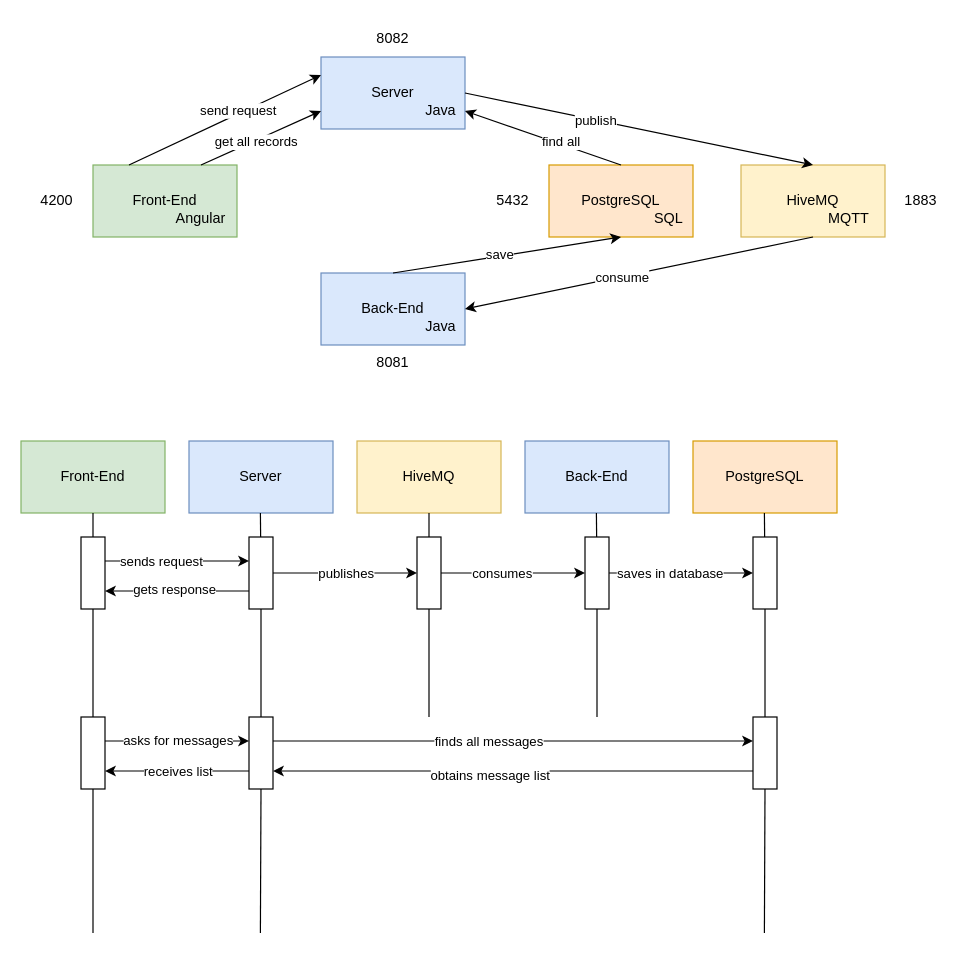
This is diagram.drawio from GhiorgheBianca/software-system, a draw.io file, before an edit. Source tidied: cells renumbered, new cells numbered last; positions are measured from the earlier drawing's top-left corner, leaving out a move shared by most shapes. Both pictures are drawn from the tidied source at 120%, with x=0, y=0 at pixel (20, 20).
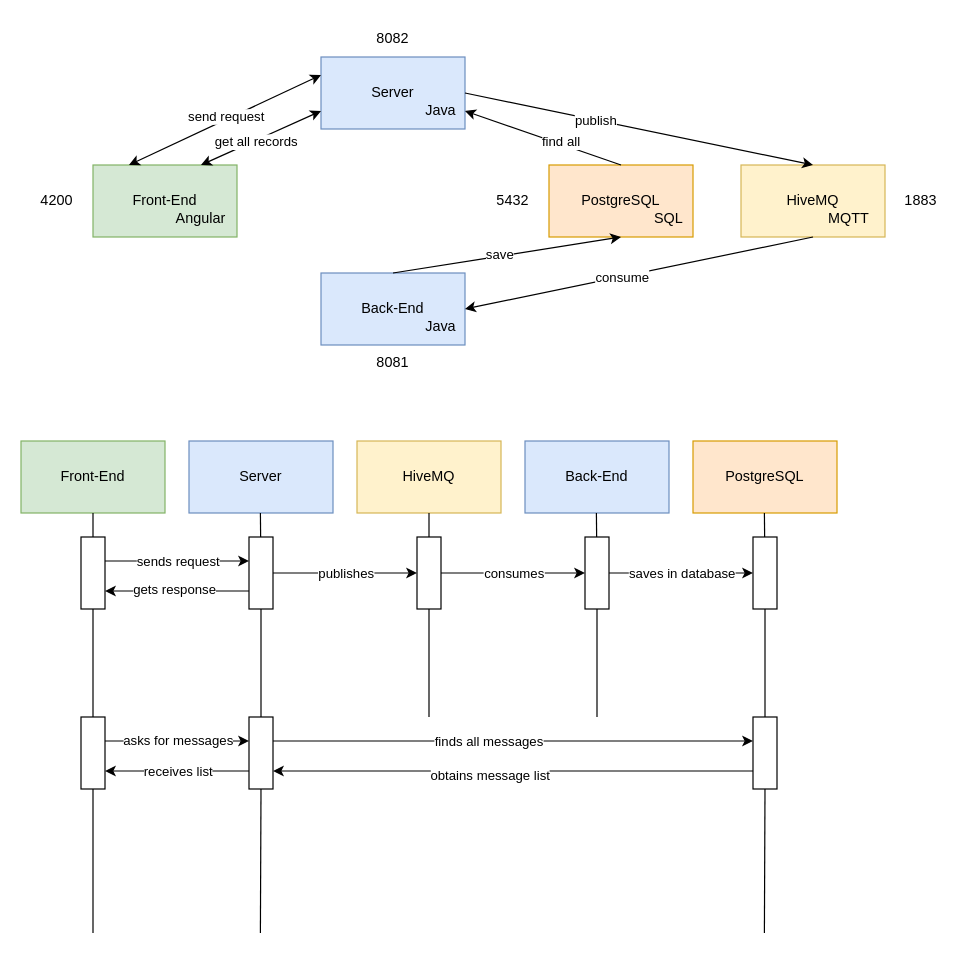
Above is the later version.

The change refers to these unchanged cells:
```xml
<mxCell id="3" style="rounded=0;whiteSpace=wrap;html=1;fillColor=#d5e8d4;strokeColor=#82b366;" parent="1" vertex="1">
  <mxGeometry x="60" y="120" width="120" height="60" as="geometry" />
</mxCell>
<mxCell id="4" style="rounded=0;whiteSpace=wrap;html=1;fillColor=#dae8fc;strokeColor=#6c8ebf;" parent="1" vertex="1">
  <mxGeometry x="250" y="30" width="120" height="60" as="geometry" />
</mxCell>
<mxCell id="58" style="endArrow=classic;html=1;rounded=0;exitX=1;exitY=0.5;exitDx=0;exitDy=0;entryX=0;entryY=0.5;entryDx=0;entryDy=0;" parent="1" edge="1">
  <mxGeometry relative="1" as="geometry">
    <mxPoint x="70" y="450" as="sourcePoint" />
    <mxPoint x="190" y="450" as="targetPoint" />
  </mxGeometry>
</mxCell>
<mxCell id="62" style="endArrow=classic;html=1;rounded=0;exitX=1;exitY=0.5;exitDx=0;exitDy=0;entryX=0;entryY=0.5;entryDx=0;entryDy=0;" parent="1" edge="1" source="53" target="55">
  <mxGeometry relative="1" as="geometry" />
</mxCell>
<mxCell id="64" style="endArrow=classic;html=1;rounded=0;exitX=1;exitY=0.5;exitDx=0;exitDy=0;entryX=0;entryY=0.5;entryDx=0;entryDy=0;" parent="1" edge="1" source="55" target="57">
  <mxGeometry relative="1" as="geometry" />
</mxCell>
```

The edit, as a diff of the source:
```diff
@@
-    <mxCell id="11" style="endArrow=classic;html=1;rounded=0;exitX=0.25;exitY=0;exitDx=0;exitDy=0;entryX=0;entryY=0.25;entryDx=0;entryDy=0;" parent="1" edge="1" source="3" target="4">
+    <mxCell id="11" style="endArrow=classic;html=1;rounded=0;exitX=0.25;exitY=0;exitDx=0;exitDy=0;entryX=0;entryY=0.25;entryDx=0;entryDy=0;startArrow=classic;startFill=1;" parent="1" edge="1" source="3" target="4">
       <mxGeometry relative="1" as="geometry" />
     </mxCell>
     <mxCell id="12" value="send request" style="edgeLabel;html=1;align=center;verticalAlign=middle;" parent="11" vertex="1">
       <mxGeometry x="-0.06" y="-2" relative="1" as="geometry">
-        <mxPoint x="14" y="-12" as="offset" />
+        <mxPoint x="4" y="-7" as="offset" />
       </mxGeometry>
     </mxCell>
-    <mxCell id="13" style="endArrow=classic;html=1;rounded=0;exitX=0.75;exitY=0;exitDx=0;exitDy=0;entryX=0;entryY=0.75;entryDx=0;entryDy=0;" parent="1" edge="1" source="3" target="4">
+    <mxCell id="13" style="endArrow=classic;html=1;rounded=0;exitX=0.75;exitY=0;exitDx=0;exitDy=0;entryX=0;entryY=0.75;entryDx=0;entryDy=0;startArrow=classic;startFill=1;" parent="1" edge="1" source="3" target="4">
       <mxGeometry relative="1" as="geometry" />
     </mxCell>
@@
     <mxCell id="59" value="sends request" style="edgeLabel;html=1;align=center;verticalAlign=middle;" parent="58" vertex="1">
-      <mxGeometry x="-0.24" relative="1" as="geometry" />
+      <mxGeometry x="-0.24" relative="1" as="geometry">
+        <mxPoint x="14" as="offset" />
+      </mxGeometry>
     </mxCell>
@@
     <mxCell id="63" value="consumes" style="edgeLabel;html=1;align=center;verticalAlign=middle;" parent="62" vertex="1">
       <mxGeometry x="-0.34" y="-3" relative="1" as="geometry">
-        <mxPoint x="10" y="-3" as="offset" />
+        <mxPoint x="20" y="-3" as="offset" />
       </mxGeometry>
     </mxCell>
@@
     <mxCell id="65" value="saves in database" style="edgeLabel;html=1;align=center;verticalAlign=middle;" parent="64" vertex="1">
       <mxGeometry x="-0.47" y="-1" relative="1" as="geometry">
-        <mxPoint x="18" y="-1" as="offset" />
+        <mxPoint x="28" y="-1" as="offset" />
       </mxGeometry>
     </mxCell>
```
